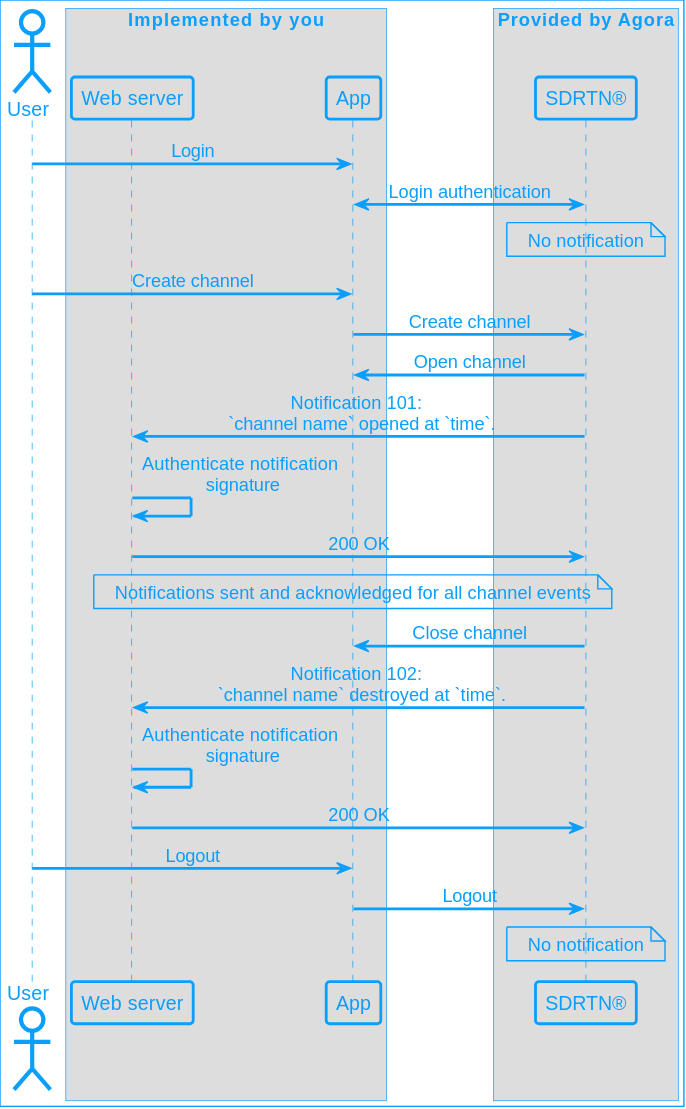
Before: assets/images/shared/ncs-workflow.svg, a diagram exported from PlantUML (AgoraIO/Docs-Source).
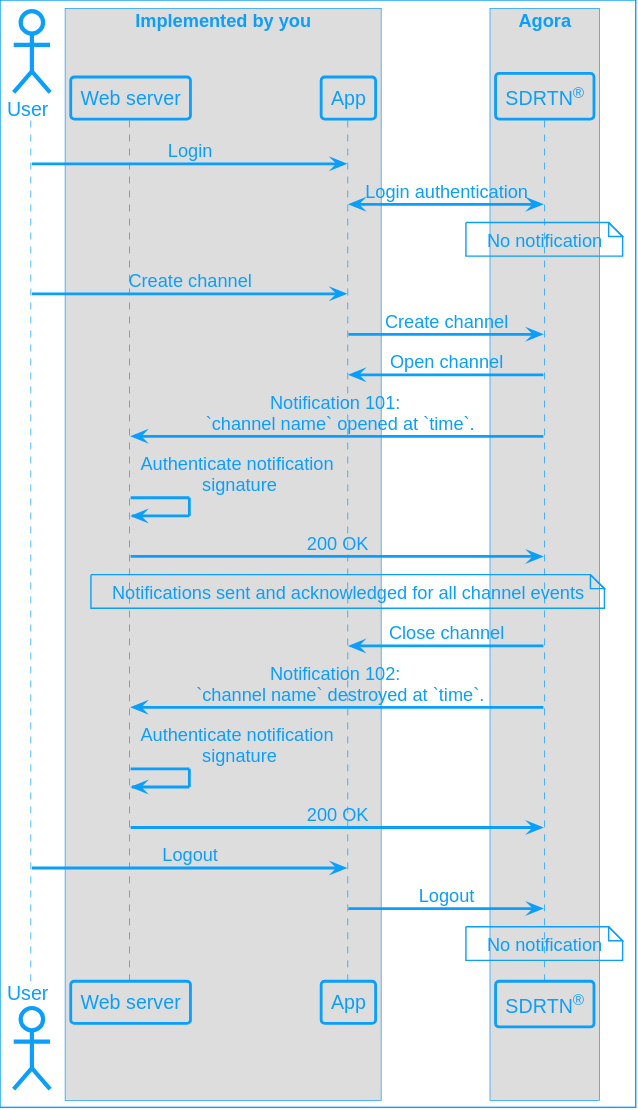
Above is the later version.

Change to the diagram source:
```diff
@@ -8,8 +8,8 @@
 participant "App" as APP
 end box
 
-box "Provided by Agora"
-participant "SDRTN®" as API
+box "Agora"
+participant "SDRTN<sup>®</sup>" as API
 end box
 USR -> APP: Login
 APP <-> API: Login authentication
```
